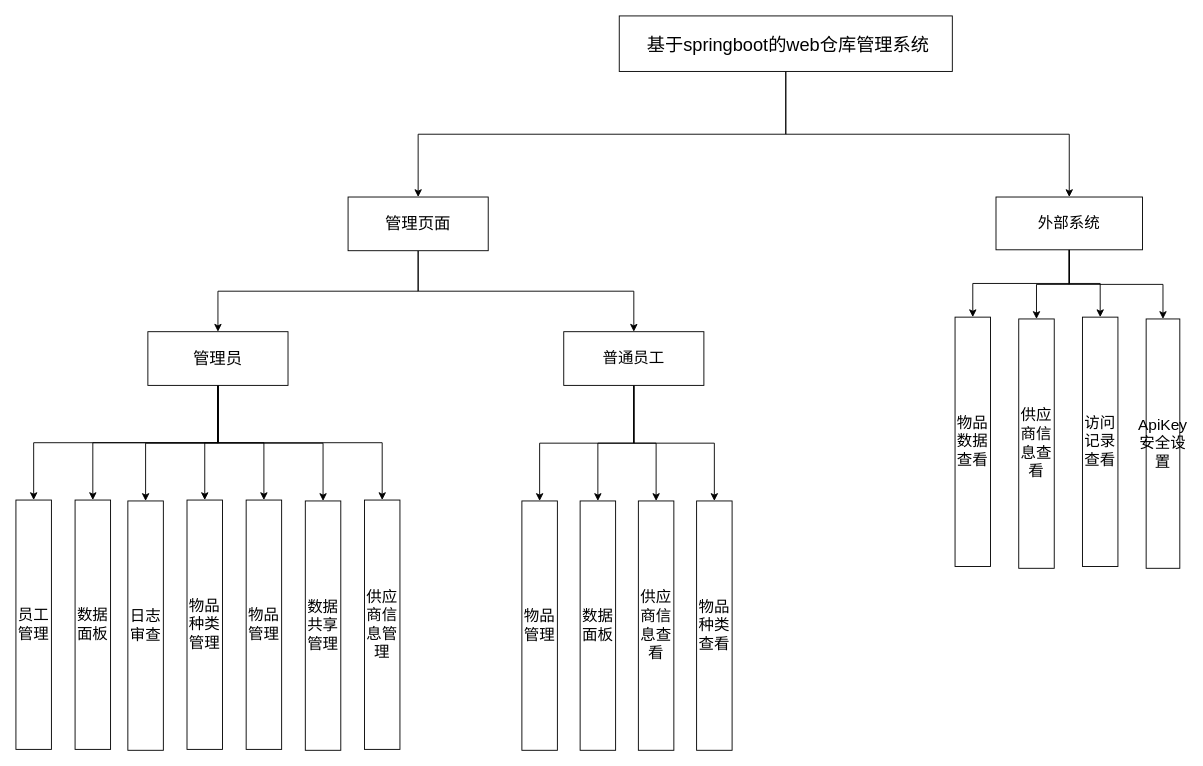
This is save/功能设计图.drawio from kehaha-5/drawio, a draw.io file, before an edit. Source tidied: cells renumbered, new cells numbered last; positions are measured from the earlier drawing's top-left corner, leaving out a move shared by most shapes. Both pictures are drawn from the tidied source at 91%, with x=0, y=0 at pixel (15, 15).
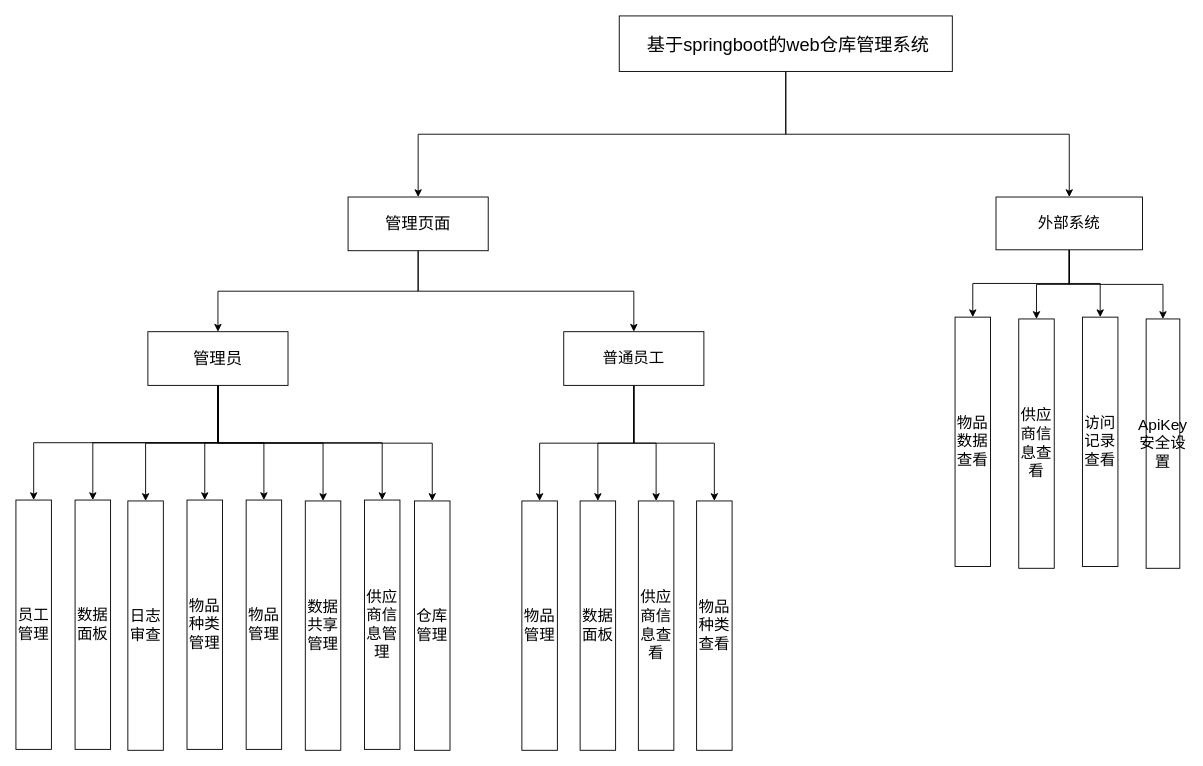
Above is the later version.

Commit message:
更新功能设计图.drawio

The change refers to these unchanged cells:
```xml
<mxCell id="20" value="&lt;font style=&quot;font-size: 18px;&quot;&gt;管理员&lt;/font&gt;" style="rounded=0;whiteSpace=wrap;html=1;" parent="1" vertex="1">
  <mxGeometry x="145" y="347" width="154" height="59" as="geometry" />
</mxCell>
```

Change to the diagram source:
```diff
@@
+    <mxCell id="41" style="edgeStyle=orthogonalEdgeStyle;rounded=0;jettySize=auto;html=1;exitX=0.5;exitY=1;exitDx=0;exitDy=0;" parent="1" edge="1" source="20" target="42">
+      <mxGeometry relative="1" as="geometry" />
+    </mxCell>
@@
+    <mxCell id="42" value="&lt;span style=&quot;font-size: 17px;&quot;&gt;仓库管理&lt;/span&gt;" style="rounded=0;whiteSpace=wrap;html=1;" parent="1" vertex="1">
+      <mxGeometry x="438" y="533" width="39" height="274" as="geometry" />
+    </mxCell>
```
